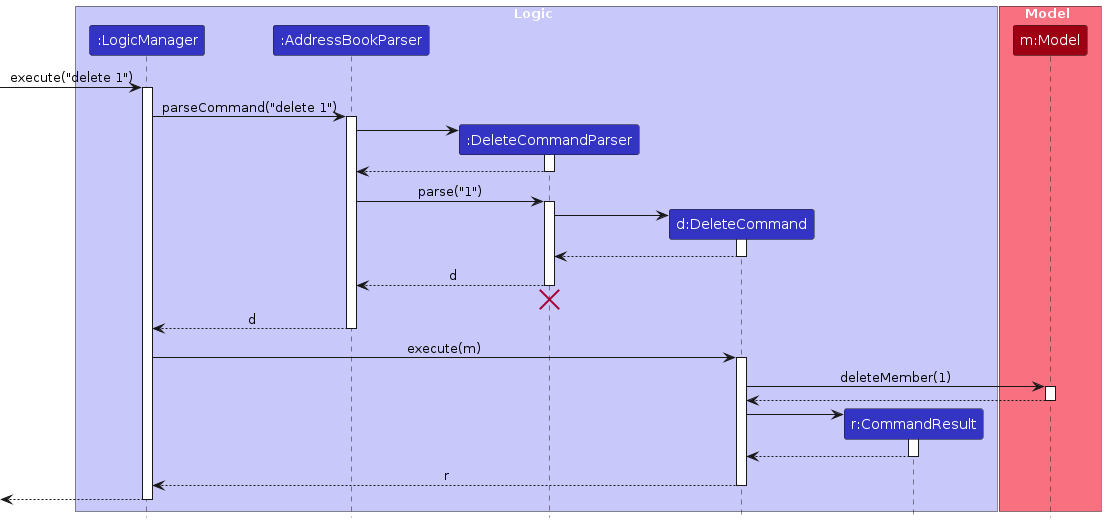
This is diagrams/DeleteSequenceDiagram.png from AY2425S1-CS2103T-W14-3/tp, a PlantUML export, as it was before one commit. Its source is kept beside it as diagrams/DeleteSequenceDiagram.puml. The source it was exported from:
```plantuml
@startuml
!include style.puml
skinparam ArrowFontStyle plain

box Logic LOGIC_COLOR_T1
participant ":LogicManager" as LogicManager LOGIC_COLOR
participant ":AddressBookParser" as AddressBookParser LOGIC_COLOR
participant ":DeleteCommandParser" as DeleteCommandParser LOGIC_COLOR
participant "d:DeleteCommand" as DeleteCommand LOGIC_COLOR
participant "r:CommandResult" as CommandResult LOGIC_COLOR
end box

box Model MODEL_COLOR_T1
participant "m:Model" as Model MODEL_COLOR
end box

[-> LogicManager : execute("delete 1")
activate LogicManager

LogicManager -> AddressBookParser : parseCommand("delete 1")
activate AddressBookParser

create DeleteCommandParser
AddressBookParser -> DeleteCommandParser
activate DeleteCommandParser

DeleteCommandParser --> AddressBookParser
deactivate DeleteCommandParser

AddressBookParser -> DeleteCommandParser : parse("1")
activate DeleteCommandParser

create DeleteCommand
DeleteCommandParser -> DeleteCommand
activate DeleteCommand

DeleteCommand --> DeleteCommandParser :
deactivate DeleteCommand

DeleteCommandParser --> AddressBookParser : d
deactivate DeleteCommandParser
DeleteCommandParser -[hidden]-> AddressBookParser
destroy DeleteCommandParser

AddressBookParser --> LogicManager : d
deactivate AddressBookParser

LogicManager -> DeleteCommand : execute(m)
activate DeleteCommand

DeleteCommand -> Model : deleteMember(1)
activate Model

Model --> DeleteCommand
deactivate Model

create CommandResult
DeleteCommand -> CommandResult
activate CommandResult

CommandResult --> DeleteCommand
deactivate CommandResult

DeleteCommand --> LogicManager : r
deactivate DeleteCommand

[<--LogicManager
deactivate LogicManager
@enduml
```
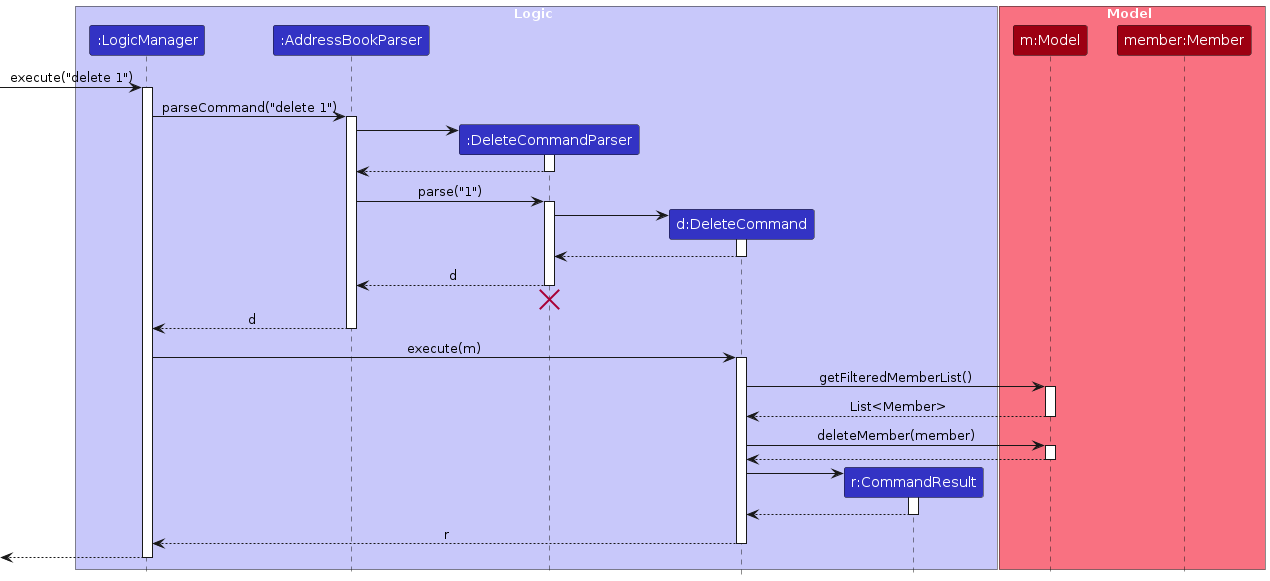
After the change.

Change to the diagram source:
```diff
@@ -12,6 +12,7 @@
 
 box Model MODEL_COLOR_T1
 participant "m:Model" as Model MODEL_COLOR
+participant "member:Member" as Member MODEL_COLOR
 end box
 
 [-> LogicManager : execute("delete 1")
@@ -48,7 +49,13 @@
 LogicManager -> DeleteCommand : execute(m)
 activate DeleteCommand
 
-DeleteCommand -> Model : deleteMember(1)
+DeleteCommand -> Model : getFilteredMemberList()
+activate Model
+
+Model --> DeleteCommand : List<Member>
+deactivate Model
+
+DeleteCommand -> Model : deleteMember(member)
 activate Model
 
 Model --> DeleteCommand
```
